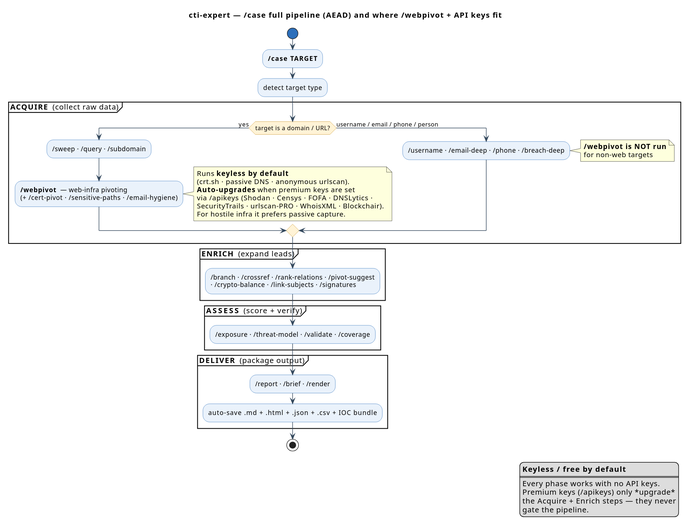
Before: assets/workflow-case.svg, a diagram exported from PlantUML (7onez/cti-expert).
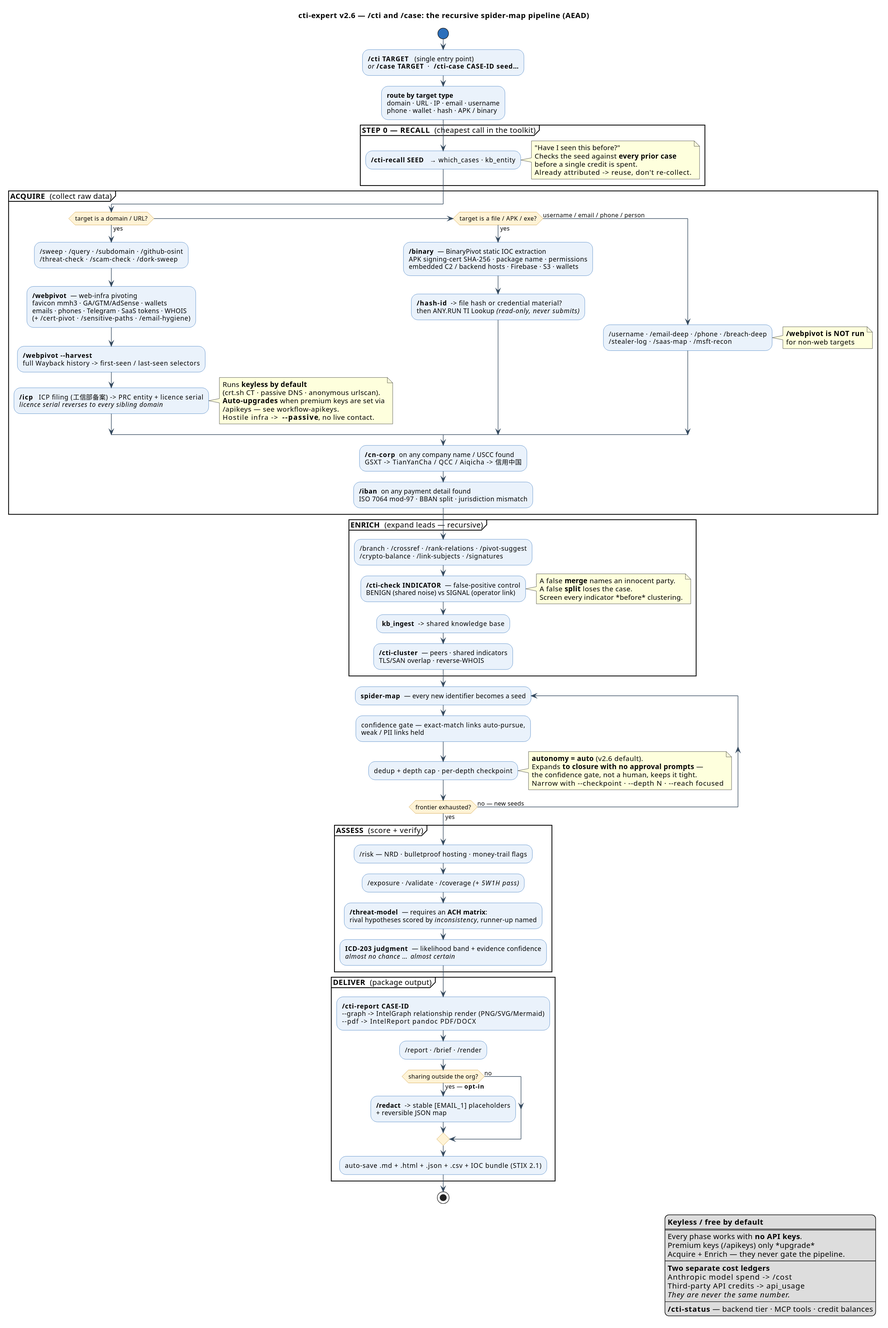
Above is the later version.

Commit message:
docs(readme): add sponsors banner; rebuild workflow diagrams to SVG

What changed in the source:
```diff
@@ -1,5 +1,5 @@
 @startuml
-title cti-expert — /case full pipeline (AEAD) and where /webpivot + API keys fit
+title cti-expert v2.6 — /cti and /case: the recursive spider-map pipeline (AEAD)
 skinparam shadowing false
 skinparam dpi 150
 skinparam defaultFontName "Segoe UI"
@@ -14,47 +14,97 @@
 }
 
 start
-:**/case TARGET**;
-:detect target type;
+:**/cti TARGET**   (single entry point)\n//or// **/case TARGET**  ·  **/cti-case CASE-ID seed…**;
+:**route by target type**\ndomain · URL · IP · email · username\nphone · wallet · hash · APK / binary;
+
+partition "**STEP 0 — RECALL**  (cheapest call in the toolkit)" {
+  :**/cti-recall SEED**   →   which_cases · kb_entity;
+  note right
+    "Have I seen this before?"
+    Checks the seed against **every prior case**
+    before a single credit is spent.
+    Already attributed  ->  reuse, don't re-collect.
+  end note
+}
 
 partition "**ACQUIRE**  (collect raw data)" {
   if (target is a domain / URL?) then (yes)
-    :/sweep · /query · /subdomain;
-    :**/webpivot**  — web-infra pivoting\n(+ /cert-pivot · /sensitive-paths · /email-hygiene);
+    :/sweep · /query · /subdomain · /github-osint\n/threat-check · /scam-check · /dork-sweep;
+    :**/webpivot**  — web-infra pivoting\nfavicon mmh3 · GA/GTM/AdSense · wallets\nemails · phones · Telegram · SaaS tokens · WHOIS\n(+ /cert-pivot · /sensitive-paths · /email-hygiene);
+    :**/webpivot ~--harvest**\nfull Wayback history  ->  first-seen / last-seen selectors;
+    :**/icp**   ICP filing (工信部备案)  ->  PRC entity + licence serial\n//licence serial reverses to every sibling domain//;
     note right
       Runs **keyless by default**
-      (crt.sh · passive DNS · anonymous urlscan).
-      **Auto-upgrades** when premium keys are set
-      via /apikeys (Shodan · Censys · FOFA · DNSLytics ·
-      SecurityTrails · urlscan-PRO · WhoisXML · Blockchair).
-      For hostile infra it prefers passive capture.
+      (crt.sh CT · passive DNS · anonymous urlscan).
+      **Auto-upgrades** when premium keys are set via
+      /apikeys — see workflow-apikeys.
+      Hostile infra  ->  **~--passive**, no live contact.
     end note
+  elseif (target is a file / APK / exe?) then (yes)
+    :**/binary**  — BinaryPivot static IOC extraction\nAPK signing-cert SHA-256 · package name · permissions\nembedded C2 / backend hosts · Firebase · S3 · wallets;
+    :**/hash-id**  ->  file hash or credential material?\nthen ANY.RUN TI Lookup //(read-only, never submits)//;
   else (username / email / phone / person)
-    :/username · /email-deep · /phone · /breach-deep;
+    :/username · /email-deep · /phone · /breach-deep\n/stealer-log · /saas-map · /msft-recon;
     note right: **/webpivot is NOT run**\nfor non-web targets
   endif
+
+  :**/cn-corp**  on any company name / USCC found\nGSXT -> TianYanCha / QCC / Aiqicha -> 信用中国;
+  :**/iban**  on any payment detail found\nISO 7064 mod-97 · BBAN split · jurisdiction mismatch;
 }
 
-partition "**ENRICH**  (expand leads)" {
-  :/branch · /crossref · /rank-relations · /pivot-suggest\n· /crypto-balance · /link-subjects · /signatures;
+partition "**ENRICH**  (expand leads — recursive)" {
+  :/branch · /crossref · /rank-relations · /pivot-suggest\n/crypto-balance · /link-subjects · /signatures;
+  :**/cti-check INDICATOR**  — false-positive control\nBENIGN (shared noise) vs SIGNAL (operator link);
+  note right
+    A false **merge** names an innocent party.
+    A false **split** loses the case.
+    Screen every indicator *before* clustering.
+  end note
+  :**kb_ingest**  ->  shared knowledge base;
+  :**/cti-cluster**  — peers · shared indicators\nTLS/SAN overlap · reverse-WHOIS;
 }
 
+repeat :**spider-map**  — every new identifier becomes a seed;
+  :confidence gate  —  exact-match links auto-pursue,\nweak / PII links held;
+  :dedup + depth cap  ·  per-depth checkpoint;
+repeat while (frontier exhausted?) is (no — new seeds) not (yes)
+note right
+  **autonomy = auto** (v2.6 default).
+  Expands **to closure with no approval prompts** —
+  the confidence gate, not a human, keeps it tight.
+  Narrow with ~--checkpoint · ~--depth N · ~--reach focused
+end note
+
 partition "**ASSESS**  (score + verify)" {
-  :/exposure · /threat-model · /validate · /coverage;
+  :/risk  — NRD · bulletproof hosting · money-trail flags;
+  :/exposure · /validate · /coverage //(+ 5W1H pass)//;
+  :**/threat-model**  — requires an **ACH matrix**:\nrival hypotheses scored by //inconsistency//, runner-up named;
+  :**ICD-203 judgment**  — likelihood band + evidence confidence\n//almost no chance// … //almost certain//;
 }
 
 partition "**DELIVER**  (package output)" {
+  :**/cti-report CASE-ID**\n~--graph  ->  IntelGraph relationship render (PNG/SVG/Mermaid)\n~--pdf    ->  IntelReport pandoc PDF/DOCX;
   :/report · /brief · /render;
-  :auto-save   .md + .html + .json + .csv + IOC bundle;
+  if (sharing outside the org?) then (yes — **opt-in**)
+    :**/redact**  ->  stable [EMAIL_1] placeholders\n+ reversible JSON map;
+  else (no)
+  endif
+  :auto-save   .md + .html + .json + .csv + IOC bundle (STIX 2.1);
 }
 stop
 
 legend right
   **Keyless / free by default**
   ====
-  Every phase works with no API keys.
+  Every phase works with **no API keys**.
   Premium keys (/apikeys) only *upgrade*
-  the Acquire + Enrich steps — they never
-  gate the pipeline.
+  Acquire + Enrich — they never gate the pipeline.
+  ----
+  **Two separate cost ledgers**
+  Anthropic model spend  ->  /cost
+  Third-party API credits ->  api_usage
+  //They are never the same number.//
+  ----
+  **/cti-status** — backend tier · MCP tools · credit balances
 endlegend
 @enduml
```
